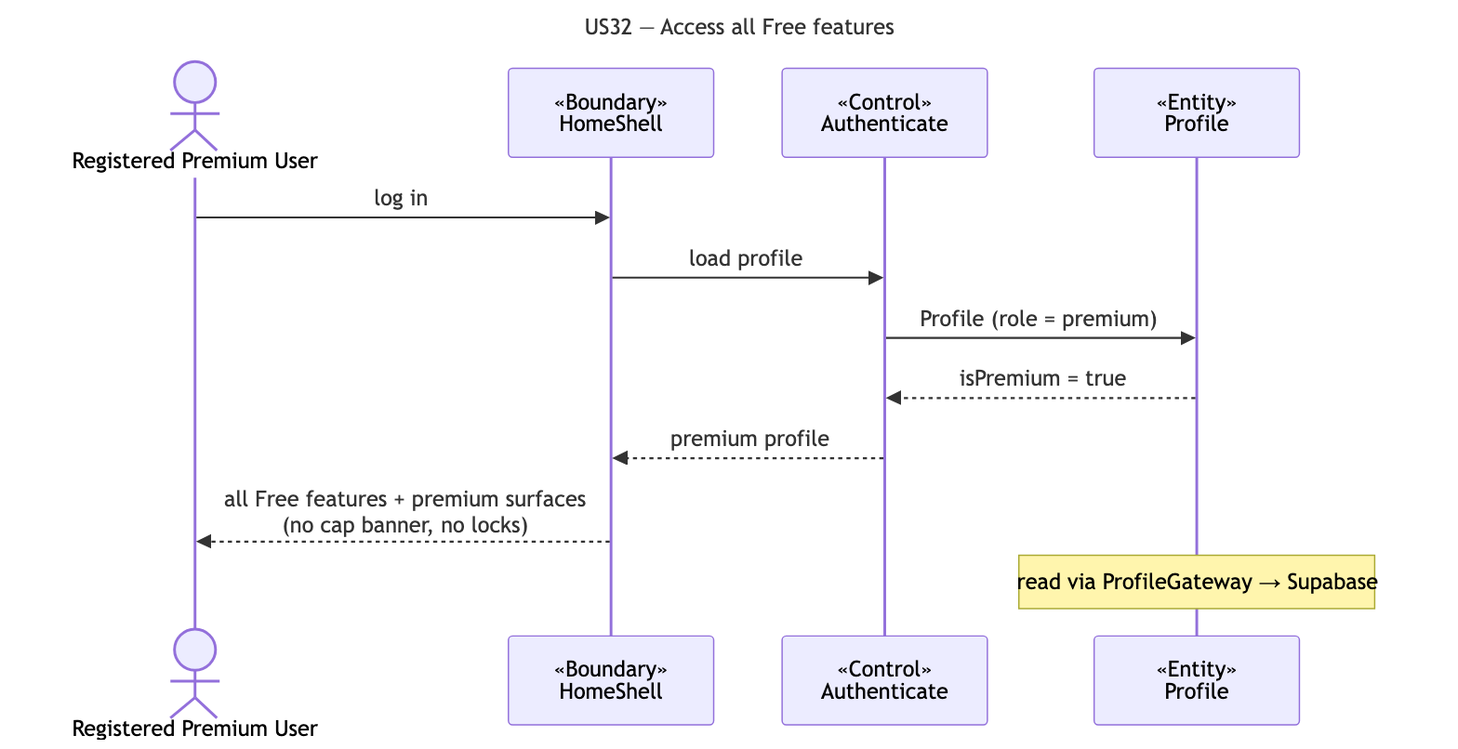
The Mermaid diagram docs/deliverables/sequence-diagrams/US32-inherit-free.png in cyuanjun/FYP-26-S2-37-app, before a commit. Its source is kept beside it as docs/deliverables/sequence-diagrams/src/US32-inherit-free.mmd.
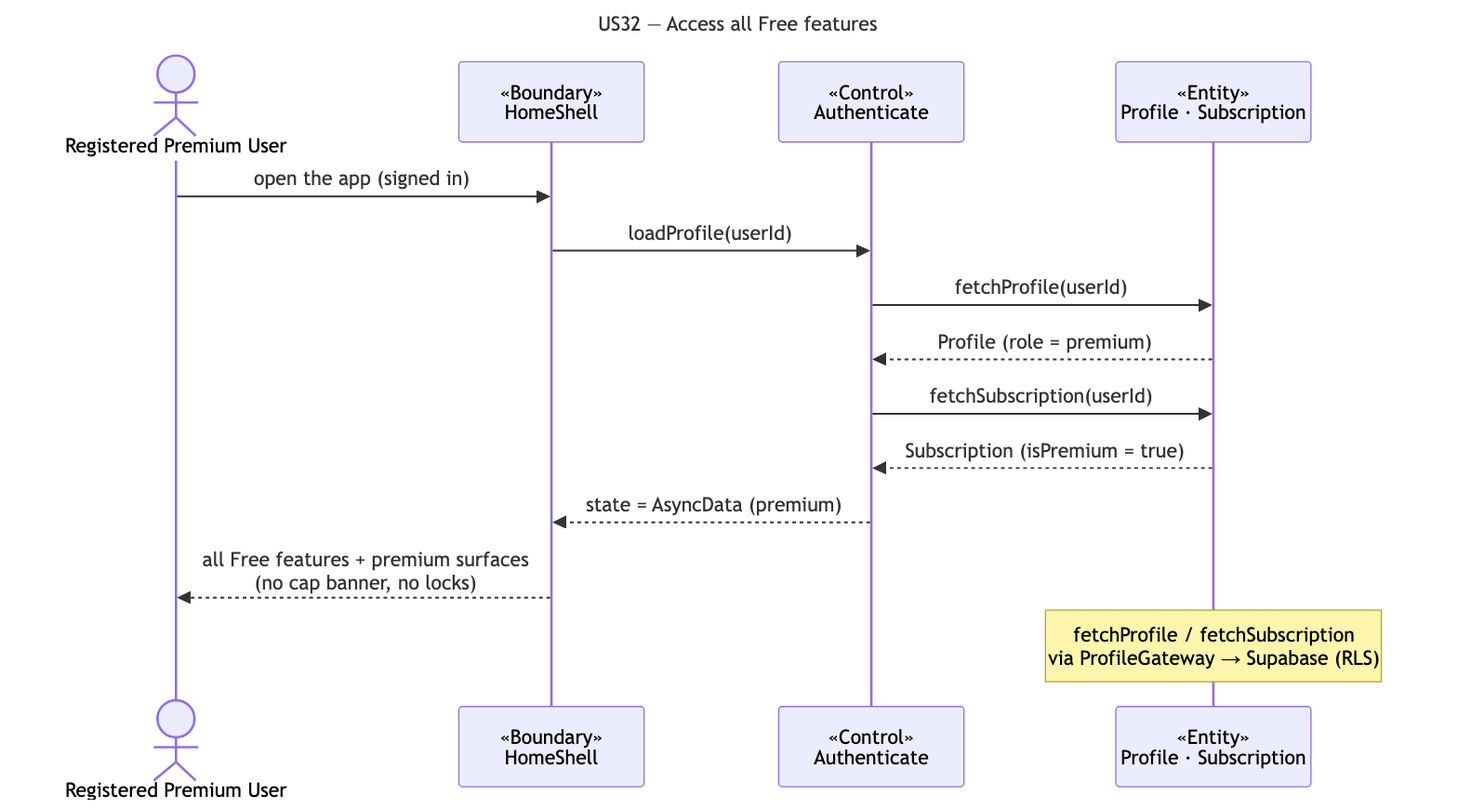
After the change.

Diff of the diagram source:
```diff
@@ -5,11 +5,13 @@
   actor A as Registered Premium User
   participant B as «Boundary»<br/>HomeShell
   participant C as «Control»<br/>Authenticate
-  participant E as «Entity»<br/>Profile
-  A->>B: log in
-  B->>C: load profile
-  C->>E: Profile (role = premium)
-  E-->>C: isPremium = true
-  C-->>B: premium profile
+  participant E as «Entity»<br/>Profile · Subscription
+  A->>B: open the app (signed in)
+  B->>C: loadProfile(userId)
+  C->>E: fetchProfile(userId)
+  E-->>C: Profile (role = premium)
+  C->>E: fetchSubscription(userId)
+  E-->>C: Subscription (isPremium = true)
+  C-->>B: state = AsyncData (premium)
   B-->>A: all Free features + premium surfaces<br/>(no cap banner, no locks)
-  note over E: read via ProfileGateway → Supabase
+  note over E: fetchProfile / fetchSubscription<br/>via ProfileGateway → Supabase (RLS)
```
